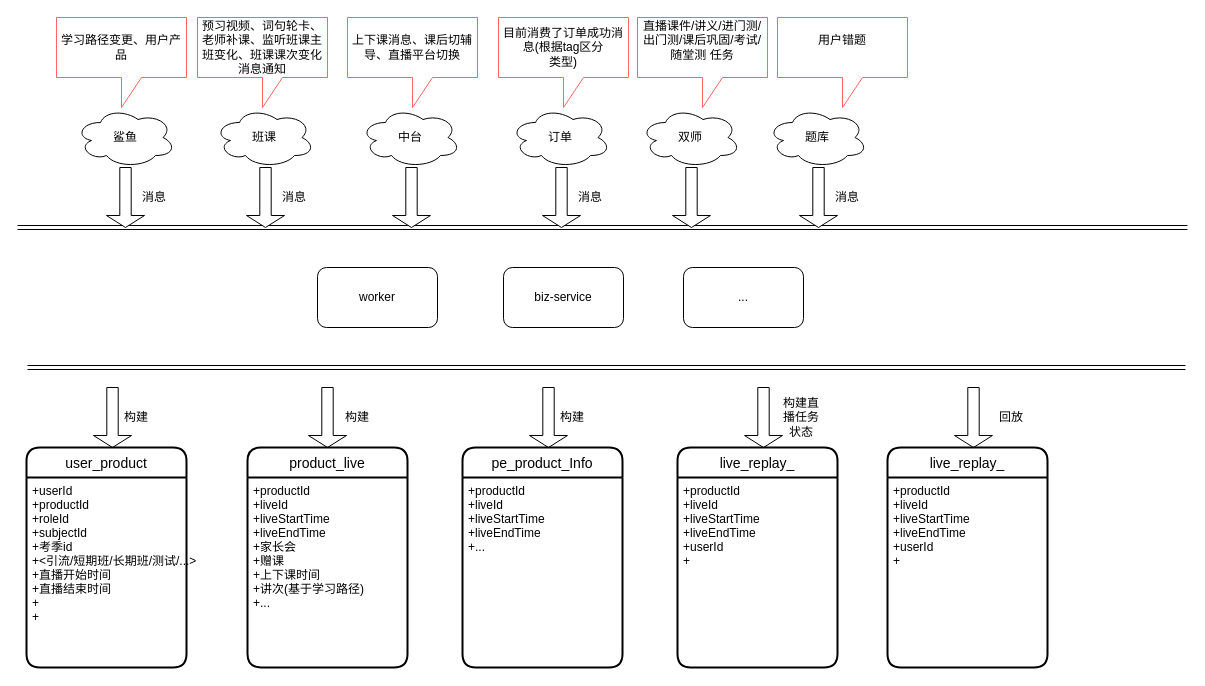
Earlier version of the draw.io diagram Untitled Diagram.drawio (748349009/articles). Source tidied: cells renumbered, new cells numbered last; positions are measured from the earlier drawing's top-left corner, leaving out a move shared by most shapes. Both pictures are drawn from the tidied source at 100%, with x=0, y=0 at pixel (17, 17).
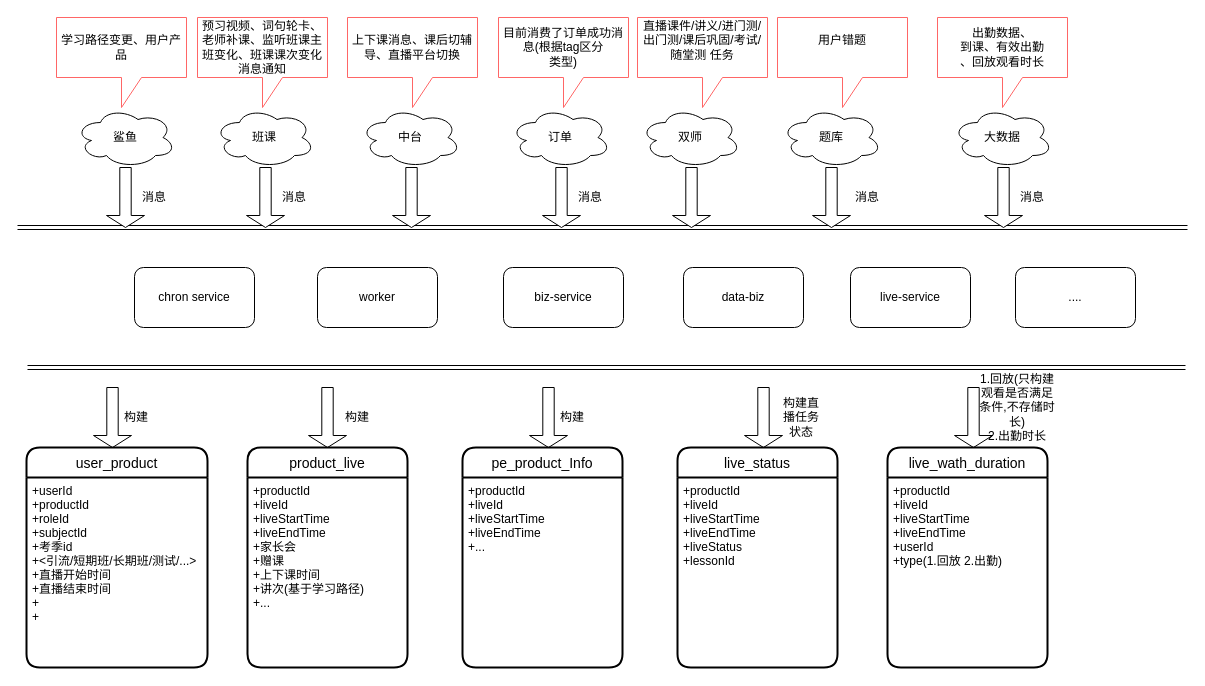
The same diagram, later.

Diff of the diagram source:
```diff
@@
-    <mxCell id="11" value="&lt;span&gt;...&lt;/span&gt;" style="rounded=1;whiteSpace=wrap;html=1;" parent="1" vertex="1">
+    <mxCell id="11" value="&lt;span&gt;data-biz&lt;/span&gt;" style="rounded=1;whiteSpace=wrap;html=1;" parent="1" vertex="1">
       <mxGeometry x="666" y="250" width="120" height="60" as="geometry" />
     </mxCell>
@@
     <mxCell id="28" value="题库" style="ellipse;shape=cloud;whiteSpace=wrap;html=1;align=center;" parent="1" vertex="1">
-      <mxGeometry x="750" y="90" width="100" height="60" as="geometry" />
+      <mxGeometry x="764" y="90" width="100" height="60" as="geometry" />
     </mxCell>
     <mxCell id="29" style="shape=singleArrow;direction=south;whiteSpace=wrap;html=1;" parent="1" vertex="1">
-      <mxGeometry x="782" y="150" width="38" height="60" as="geometry" />
+      <mxGeometry x="795" y="150" width="38" height="60" as="geometry" />
     </mxCell>
     <mxCell id="30" value="消息" style="text;html=1;strokeColor=none;fillColor=none;align=center;verticalAlign=middle;whiteSpace=wrap;rounded=0;" parent="1" vertex="1">
-      <mxGeometry x="810" y="170" width="40" height="20" as="geometry" />
+      <mxGeometry x="830" y="170" width="40" height="20" as="geometry" />
     </mxCell>
     <mxCell id="31" value="user_product" style="swimlane;horizontal=1;startSize=30;rounded=1;fontSize=14;fontStyle=0;strokeWidth=2;shadow=0;dashed=0;align=center;" parent="1" vertex="1">
-      <mxGeometry x="9" y="430" width="160" height="220" as="geometry" />
+      <mxGeometry x="9" y="430" width="181" height="220" as="geometry" />
     </mxCell>
     <mxCell id="32" value="+userId&#10;+productId&#10;+roleId&#10;+subjectId&#10;+考季id&#10;+&lt;引流/短期班/长期班/测试/...&gt;&#10;+直播开始时间&#10;+直播结束时间&#10;+&#10;+" style="align=left;strokeColor=none;fillColor=none;spacingLeft=4;fontSize=12;verticalAlign=top;" parent="31" vertex="1">
-      <mxGeometry y="30" width="160" height="190" as="geometry" />
+      <mxGeometry y="30" width="181" height="190" as="geometry" />
     </mxCell>
-    <mxCell id="33" value="live_replay_" style="swimlane;horizontal=1;startSize=30;rounded=1;fontSize=14;fontStyle=0;strokeWidth=2;shadow=0;dashed=0;align=center;" parent="1" vertex="1">
+    <mxCell id="33" value="live_status" style="swimlane;horizontal=1;startSize=30;rounded=1;fontSize=14;fontStyle=0;strokeWidth=2;shadow=0;dashed=0;align=center;" parent="1" vertex="1">
       <mxGeometry x="660" y="430" width="160" height="220" as="geometry" />
     </mxCell>
-    <mxCell id="34" value="+productId&#10;+liveId&#10;+liveStartTime&#10;+liveEndTime&#10;+userId&#10;+" style="align=left;strokeColor=none;fillColor=none;spacingLeft=4;fontSize=12;verticalAlign=top;" parent="33" vertex="1">
+    <mxCell id="34" value="+productId&#10;+liveId&#10;+liveStartTime&#10;+liveEndTime&#10;+liveStatus&#10;+lessonId" style="align=left;strokeColor=none;fillColor=none;spacingLeft=4;fontSize=12;verticalAlign=top;" parent="33" vertex="1">
       <mxGeometry y="30" width="160" height="190" as="geometry" />
     </mxCell>
@@
-    <mxCell id="40" value="回放" style="text;html=1;strokeColor=none;fillColor=none;align=center;verticalAlign=middle;whiteSpace=wrap;rounded=0;" parent="1" vertex="1">
-      <mxGeometry x="974" y="390" width="40" height="20" as="geometry" />
+    <mxCell id="40" value="1.回放(只构建观看是否满足条件,不存储时长)&lt;br&gt;2.出勤时长" style="text;html=1;strokeColor=none;fillColor=none;align=center;verticalAlign=middle;whiteSpace=wrap;rounded=0;" parent="1" vertex="1">
+      <mxGeometry x="960" y="380" width="80" height="20" as="geometry" />
     </mxCell>
-    <mxCell id="41" value="live_replay_" style="swimlane;horizontal=1;startSize=30;rounded=1;fontSize=14;fontStyle=0;strokeWidth=2;shadow=0;dashed=0;align=center;" parent="1" vertex="1">
+    <mxCell id="41" value="live_wath_duration" style="swimlane;horizontal=1;startSize=30;rounded=1;fontSize=14;fontStyle=0;strokeWidth=2;shadow=0;dashed=0;align=center;" parent="1" vertex="1">
       <mxGeometry x="870" y="430" width="160" height="220" as="geometry" />
     </mxCell>
-    <mxCell id="42" value="+productId&#10;+liveId&#10;+liveStartTime&#10;+liveEndTime&#10;+userId&#10;+" style="align=left;strokeColor=none;fillColor=none;spacingLeft=4;fontSize=12;verticalAlign=top;" parent="41" vertex="1">
+    <mxCell id="42" value="+productId&#10;+liveId&#10;+liveStartTime&#10;+liveEndTime&#10;+userId&#10;+type(1.回放 2.出勤)" style="align=left;strokeColor=none;fillColor=none;spacingLeft=4;fontSize=12;verticalAlign=top;" parent="41" vertex="1">
       <mxGeometry y="30" width="160" height="190" as="geometry" />
     </mxCell>
@@
+    <mxCell id="49" value="&lt;div&gt;出勤数据、&lt;/div&gt;&lt;div&gt;到课、有效出勤&lt;/div&gt;、回放观看时长" style="shape=callout;whiteSpace=wrap;html=1;perimeter=calloutPerimeter;strokeColor=#FF6666;" parent="1" vertex="1">
+      <mxGeometry x="920" width="130" height="90" as="geometry" />
+    </mxCell>
+    <mxCell id="50" value="大数据" style="ellipse;shape=cloud;whiteSpace=wrap;html=1;align=center;" parent="1" vertex="1">
+      <mxGeometry x="935" y="90" width="100" height="60" as="geometry" />
+    </mxCell>
+    <mxCell id="51" style="shape=singleArrow;direction=south;whiteSpace=wrap;html=1;" parent="1" vertex="1">
+      <mxGeometry x="967" y="150" width="38" height="60" as="geometry" />
+    </mxCell>
+    <mxCell id="52" value="消息" style="text;html=1;strokeColor=none;fillColor=none;align=center;verticalAlign=middle;whiteSpace=wrap;rounded=0;" parent="1" vertex="1">
+      <mxGeometry x="995" y="170" width="40" height="20" as="geometry" />
+    </mxCell>
+    <mxCell id="53" value="live-service" style="rounded=1;whiteSpace=wrap;html=1;" parent="1" vertex="1">
+      <mxGeometry x="833" y="250" width="120" height="60" as="geometry" />
+    </mxCell>
+    <mxCell id="54" value="...." style="rounded=1;whiteSpace=wrap;html=1;" parent="1" vertex="1">
+      <mxGeometry x="998" y="250" width="120" height="60" as="geometry" />
+    </mxCell>
+    <mxCell id="55" value="chron service" style="rounded=1;whiteSpace=wrap;html=1;" parent="1" vertex="1">
+      <mxGeometry x="117" y="250" width="120" height="60" as="geometry" />
+    </mxCell>
```
